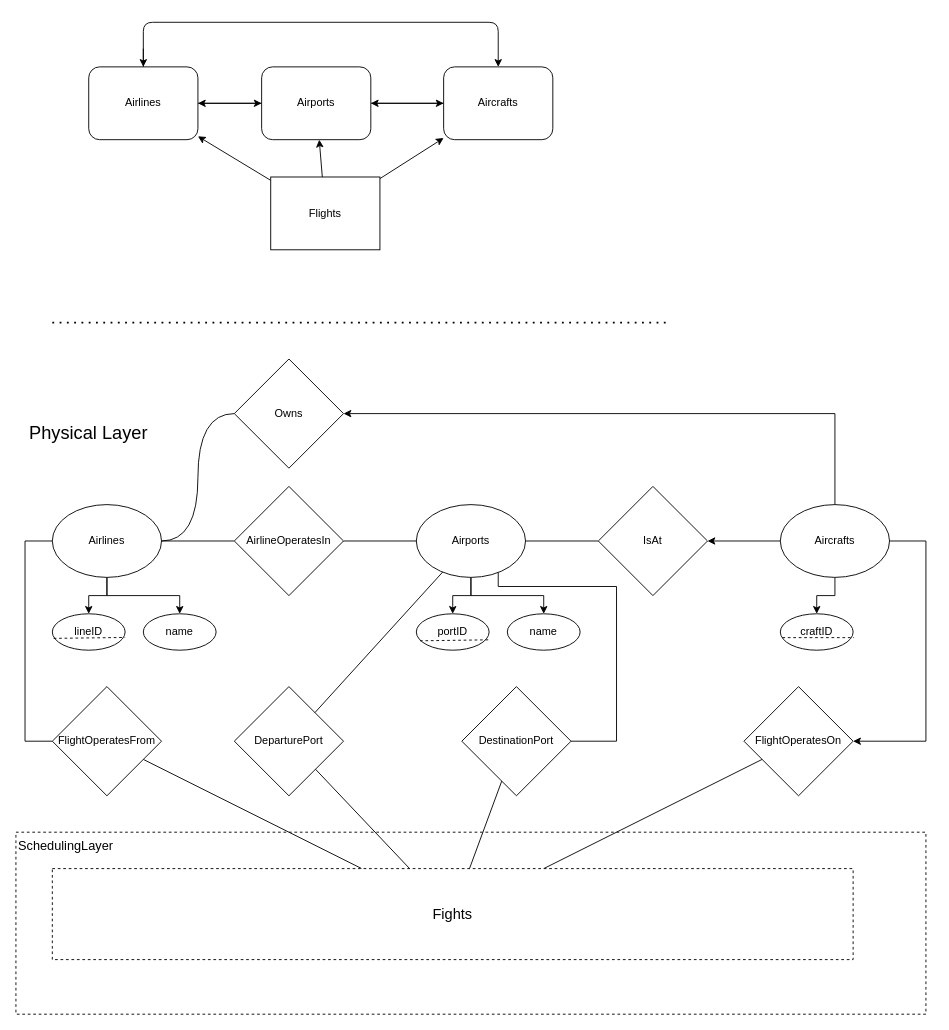
kyle4036/DatabaseManagement2026Project1 keeps this draw.io diagram as page "PhysicalLayer" (3 of 7) of ERDiagram.drawio. Above is the earlier version. Source tidied: cells renumbered, new cells numbered last; positions are measured from the earlier drawing's top-left corner, leaving out a move shared by most shapes. Both pictures are drawn from the tidied source at 91%, with x=0, y=0 at pixel (15, 22).
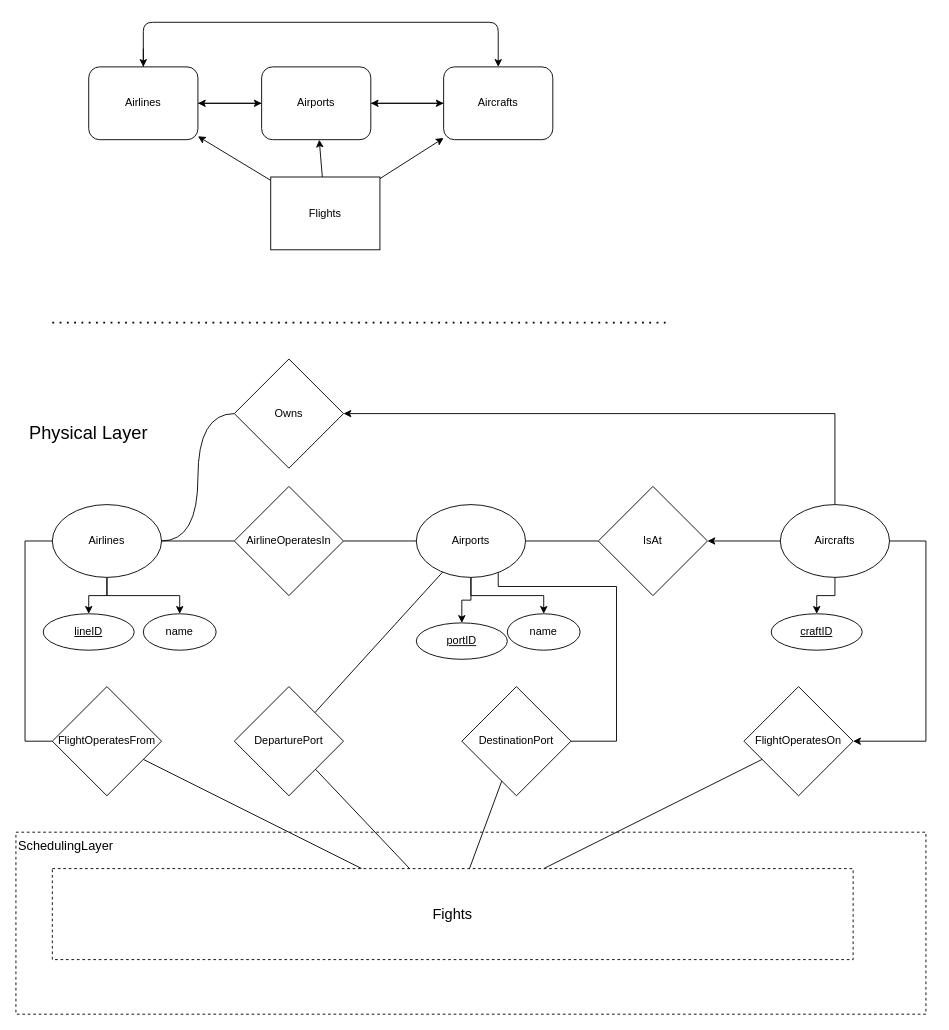
After the change.

Change to the diagram source:
```diff
@@
-    <mxCell id="51" style="group;" parent="1" vertex="1">
-      <mxGeometry x="40" y="650" width="80" height="40" as="geometry" />
-    </mxCell>
-    <mxCell id="52" style="group;" parent="51" vertex="1">
-      <mxGeometry width="80" height="40" as="geometry" />
-    </mxCell>
-    <mxCell id="53" value="lineID" style="ellipse;whiteSpace=wrap;html=1;" parent="52" vertex="1">
-      <mxGeometry width="80" height="40" as="geometry" />
+    <mxCell id="53" value="lineID" style="ellipse;whiteSpace=wrap;html=1;align=center;fontStyle=4;" parent="1" vertex="1">
+      <mxGeometry x="30" y="650" width="100" height="40" as="geometry" />
     </mxCell>
-    <mxCell id="54" style="endArrow=none;dashed=1;html=1;rounded=0;exitX=0.018;exitY=0.675;exitDx=0;exitDy=0;exitPerimeter=0;" parent="51" edge="1" source="53">
-      <mxGeometry relative="1" as="geometry">
-        <mxPoint x="80" y="26" as="targetPoint" />
-      </mxGeometry>
-    </mxCell>
-    <mxCell id="55" style="group;" parent="1" vertex="1">
-      <mxGeometry x="440" y="650" width="80" height="40" as="geometry" />
-    </mxCell>
-    <mxCell id="56" value="portID" style="ellipse;whiteSpace=wrap;html=1;" parent="55" vertex="1">
-      <mxGeometry width="80" height="40" as="geometry" />
+    <mxCell id="56" value="portID" style="ellipse;whiteSpace=wrap;html=1;align=center;fontStyle=4;" parent="1" vertex="1">
+      <mxGeometry x="440" y="660" width="100" height="40" as="geometry" />
     </mxCell>
-    <mxCell id="57" style="endArrow=none;dashed=1;html=1;rounded=0;entryX=0.998;entryY=0.715;entryDx=0;entryDy=0;entryPerimeter=0;exitX=0.05;exitY=0.742;exitDx=0;exitDy=0;exitPerimeter=0;" parent="55" edge="1" source="56" target="56">
-      <mxGeometry relative="1" as="geometry" />
-    </mxCell>
-    <mxCell id="58" style="group;" parent="1" vertex="1">
-      <mxGeometry x="840" y="650" width="80" height="40" as="geometry" />
-    </mxCell>
-    <mxCell id="59" value="craftID" style="ellipse;whiteSpace=wrap;html=1;" parent="58" vertex="1">
-      <mxGeometry width="80" height="40" as="geometry" />
+    <mxCell id="59" value="craftID" style="ellipse;whiteSpace=wrap;html=1;align=center;fontStyle=4;" parent="1" vertex="1">
+      <mxGeometry x="830" y="650" width="100" height="40" as="geometry" />
     </mxCell>
-    <mxCell id="60" style="endArrow=none;dashed=1;html=1;rounded=0;exitX=0.028;exitY=0.655;exitDx=0;exitDy=0;exitPerimeter=0;entryX=1.013;entryY=0.655;entryDx=0;entryDy=0;entryPerimeter=0;" parent="58" edge="1" source="59" target="59">
-      <mxGeometry relative="1" as="geometry" />
-    </mxCell>
```
